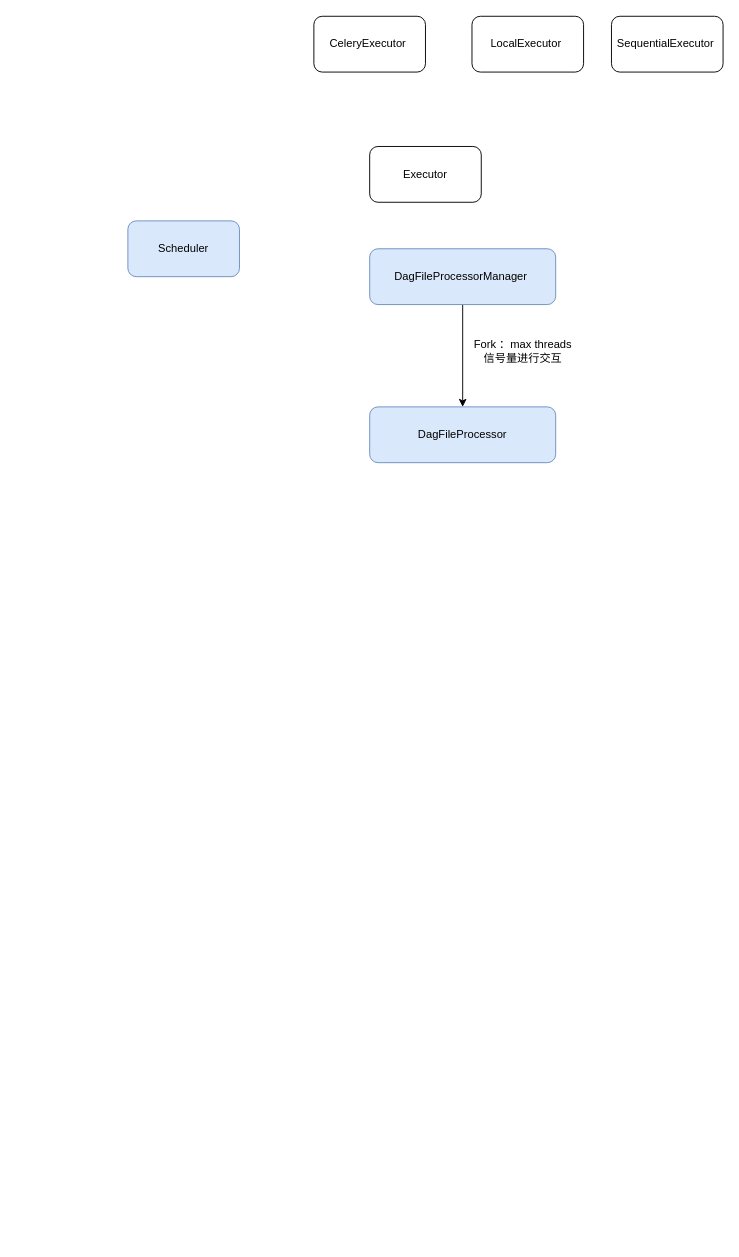
Before: airflow.drawio in cicelprg/drawio, a draw.io diagram. Source tidied: cells renumbered, new cells numbered last; positions are measured from the earlier drawing's top-left corner, leaving out a move shared by most shapes. Both pictures are drawn from the tidied source at 93%, with x=0, y=0 at pixel (127, 16).
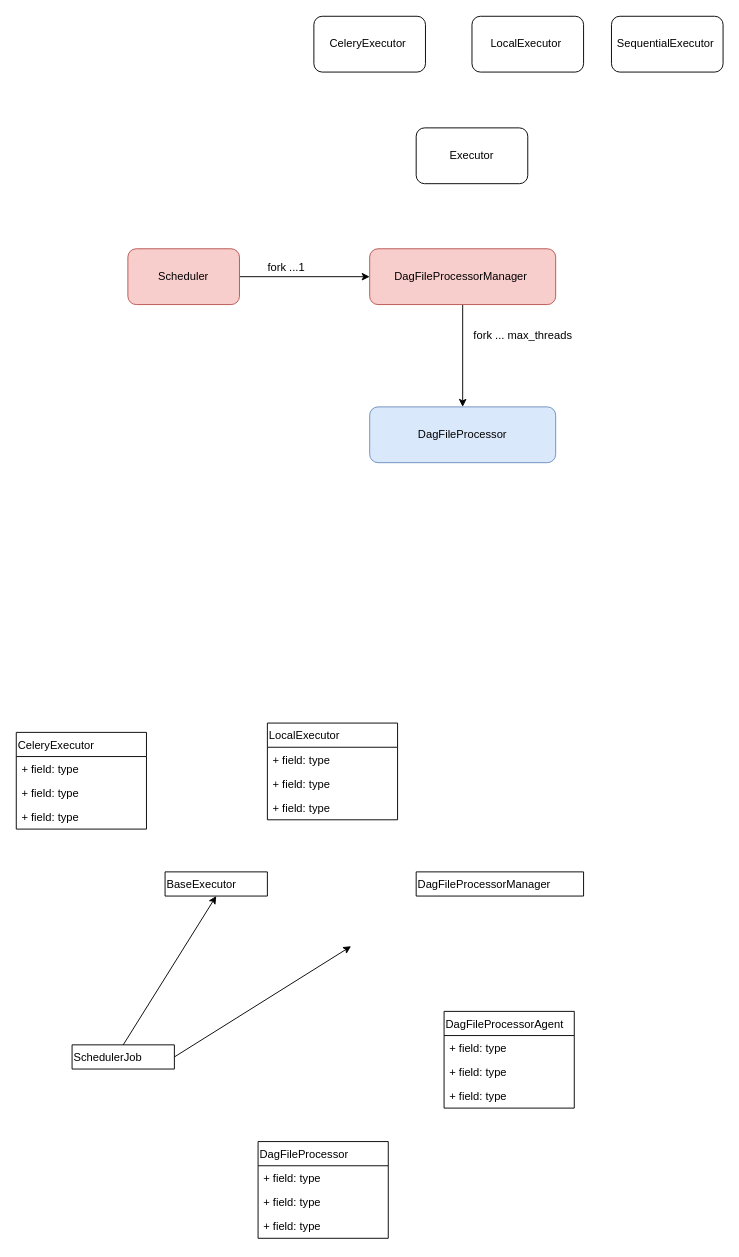
After the change.

Diff of the diagram source:
```diff
@@
+    <mxCell id="11" style="edgeStyle=none;rounded=0;jettySize=auto;html=1;exitX=1;exitY=0.5;exitDx=0;exitDy=0;entryX=0;entryY=0.5;entryDx=0;entryDy=0;" parent="1" edge="1" source="2" target="8">
+      <mxGeometry relative="1" as="geometry" />
+    </mxCell>
-    <mxCell id="2" value="Scheduler" style="rounded=1;whiteSpace=wrap;html=1;fillColor=#dae8fc;strokeColor=#6c8ebf;" parent="1" vertex="1">
-      <mxGeometry y="220" width="120" height="60" as="geometry" />
+    <mxCell id="2" value="Scheduler" style="rounded=1;whiteSpace=wrap;html=1;fillColor=#f8cecc;strokeColor=#b85450;" parent="1" vertex="1">
+      <mxGeometry y="250" width="120" height="60" as="geometry" />
     </mxCell>
     <mxCell id="3" value="Executor" style="rounded=1;whiteSpace=wrap;html=1;" parent="1" vertex="1">
-      <mxGeometry x="260" y="140" width="120" height="60" as="geometry" />
+      <mxGeometry x="310" y="120" width="120" height="60" as="geometry" />
     </mxCell>
@@
-    <mxCell id="8" value="&lt;span&gt;DagFileProcessorManager&amp;nbsp;&lt;/span&gt;" style="rounded=1;whiteSpace=wrap;html=1;fillColor=#dae8fc;strokeColor=#6c8ebf;" parent="1" vertex="1">
+    <mxCell id="8" value="&lt;span&gt;DagFileProcessorManager&amp;nbsp;&lt;/span&gt;" style="rounded=1;whiteSpace=wrap;html=1;fillColor=#f8cecc;strokeColor=#b85450;" parent="1" vertex="1">
       <mxGeometry x="260" y="250" width="200" height="60" as="geometry" />
     </mxCell>
@@
-    <mxCell id="10" value="Fork ：max threads&lt;br&gt;信号量进行交互" style="text;html=1;strokeColor=none;fillColor=none;align=center;verticalAlign=middle;whiteSpace=wrap;rounded=0;" parent="1" vertex="1">
-      <mxGeometry x="370" y="340" width="110" height="40" as="geometry" />
+    <mxCell id="10" value="fork ... max_threads" style="text;html=1;strokeColor=none;fillColor=none;align=left;verticalAlign=top;whiteSpace=wrap;rounded=0;" parent="1" vertex="1">
+      <mxGeometry x="370" y="330" width="130" height="30" as="geometry" />
     </mxCell>
+    <mxCell id="12" style="edgeStyle=none;rounded=0;jettySize=auto;html=1;exitX=0.5;exitY=0;exitDx=0;exitDy=0;entryX=0.5;entryY=1;entryDx=0;entryDy=0;" parent="1" edge="1" source="14" target="29">
+      <mxGeometry relative="1" as="geometry" />
+    </mxCell>
+    <mxCell id="13" style="edgeStyle=none;rounded=0;jettySize=auto;html=1;exitX=1;exitY=0.5;exitDx=0;exitDy=0;" parent="1" edge="1" source="14">
+      <mxGeometry relative="1" as="geometry">
+        <mxPoint x="240" y="1000" as="targetPoint" />
+      </mxGeometry>
+    </mxCell>
+    <mxCell id="14" value="SchedulerJob" style="swimlane;fontStyle=0;horizontal=1;startSize=26;fillColor=none;align=left;" parent="1" vertex="1" collapsed="1">
+      <mxGeometry x="-60" y="1106" width="110" height="26" as="geometry" />
+    </mxCell>
+    <mxCell id="15" value="DagFileProcessor" style="swimlane;fontStyle=0;horizontal=1;startSize=26;fillColor=none;align=left;" parent="1" vertex="1">
+      <mxGeometry x="140" y="1210" width="140" height="104" as="geometry" />
+    </mxCell>
+    <mxCell id="16" value="+ field: type" style="text;strokeColor=none;fillColor=none;align=left;verticalAlign=top;spacingLeft=4;spacingRight=4;overflow=hidden;" parent="15" vertex="1">
+      <mxGeometry y="26" width="140" height="26" as="geometry" />
+    </mxCell>
+    <mxCell id="17" value="+ field: type" style="text;strokeColor=none;fillColor=none;align=left;verticalAlign=top;spacingLeft=4;spacingRight=4;overflow=hidden;" parent="15" vertex="1">
+      <mxGeometry y="52" width="140" height="26" as="geometry" />
+    </mxCell>
+    <mxCell id="18" value="+ field: type" style="text;strokeColor=none;fillColor=none;align=left;verticalAlign=top;spacingLeft=4;spacingRight=4;overflow=hidden;" parent="15" vertex="1">
+      <mxGeometry y="78" width="140" height="26" as="geometry" />
+    </mxCell>
+    <mxCell id="19" value="fork ...1" style="text;html=1;align=center;verticalAlign=middle;strokeColor=none;" parent="1" vertex="1">
+      <mxGeometry x="140" y="260" width="60" height="20" as="geometry" />
+    </mxCell>
+    <mxCell id="20" value="DagFileProcessorAgent" style="swimlane;fontStyle=0;horizontal=1;startSize=26;fillColor=none;align=left;" parent="1" vertex="1">
+      <mxGeometry x="340" y="1070" width="140" height="104" as="geometry" />
+    </mxCell>
+    <mxCell id="21" value="+ field: type" style="text;strokeColor=none;fillColor=none;align=left;verticalAlign=top;spacingLeft=4;spacingRight=4;overflow=hidden;" parent="20" vertex="1">
+      <mxGeometry y="26" width="140" height="26" as="geometry" />
+    </mxCell>
+    <mxCell id="22" value="+ field: type" style="text;strokeColor=none;fillColor=none;align=left;verticalAlign=top;spacingLeft=4;spacingRight=4;overflow=hidden;" parent="20" vertex="1">
+      <mxGeometry y="52" width="140" height="26" as="geometry" />
+    </mxCell>
+    <mxCell id="23" value="+ field: type" style="text;strokeColor=none;fillColor=none;align=left;verticalAlign=top;spacingLeft=4;spacingRight=4;overflow=hidden;" parent="20" vertex="1">
+      <mxGeometry y="78" width="140" height="26" as="geometry" />
+    </mxCell>
+    <mxCell id="24" value="DagFileProcessorManager" style="swimlane;fontStyle=0;horizontal=1;startSize=26;fillColor=none;align=left;" parent="1" vertex="1" collapsed="1">
+      <mxGeometry x="310" y="920" width="180" height="26" as="geometry" />
+    </mxCell>
+    <mxCell id="25" value="CeleryExecutor" style="swimlane;fontStyle=0;horizontal=1;startSize=26;fillColor=none;align=left;" parent="1" vertex="1">
+      <mxGeometry x="-120" y="770" width="140" height="104" as="geometry" />
+    </mxCell>
+    <mxCell id="26" value="+ field: type" style="text;strokeColor=none;fillColor=none;align=left;verticalAlign=top;spacingLeft=4;spacingRight=4;overflow=hidden;" parent="25" vertex="1">
+      <mxGeometry y="26" width="140" height="26" as="geometry" />
+    </mxCell>
+    <mxCell id="27" value="+ field: type" style="text;strokeColor=none;fillColor=none;align=left;verticalAlign=top;spacingLeft=4;spacingRight=4;overflow=hidden;" parent="25" vertex="1">
+      <mxGeometry y="52" width="140" height="26" as="geometry" />
+    </mxCell>
+    <mxCell id="28" value="+ field: type" style="text;strokeColor=none;fillColor=none;align=left;verticalAlign=top;spacingLeft=4;spacingRight=4;overflow=hidden;" parent="25" vertex="1">
+      <mxGeometry y="78" width="140" height="26" as="geometry" />
+    </mxCell>
+    <mxCell id="29" value="BaseExecutor" style="swimlane;fontStyle=0;horizontal=1;startSize=26;fillColor=none;align=left;" parent="1" vertex="1" collapsed="1">
+      <mxGeometry x="40" y="920" width="110" height="26" as="geometry" />
+    </mxCell>
+    <mxCell id="30" value="LocalExecutor" style="swimlane;fontStyle=0;horizontal=1;startSize=26;fillColor=none;align=left;" parent="1" vertex="1">
+      <mxGeometry x="150" y="760" width="140" height="104" as="geometry" />
+    </mxCell>
+    <mxCell id="31" value="+ field: type" style="text;strokeColor=none;fillColor=none;align=left;verticalAlign=top;spacingLeft=4;spacingRight=4;overflow=hidden;" parent="30" vertex="1">
+      <mxGeometry y="26" width="140" height="26" as="geometry" />
+    </mxCell>
+    <mxCell id="32" value="+ field: type" style="text;strokeColor=none;fillColor=none;align=left;verticalAlign=top;spacingLeft=4;spacingRight=4;overflow=hidden;" parent="30" vertex="1">
+      <mxGeometry y="52" width="140" height="26" as="geometry" />
+    </mxCell>
+    <mxCell id="33" value="+ field: type" style="text;strokeColor=none;fillColor=none;align=left;verticalAlign=top;spacingLeft=4;spacingRight=4;overflow=hidden;" parent="30" vertex="1">
+      <mxGeometry y="78" width="140" height="26" as="geometry" />
+    </mxCell>
```
